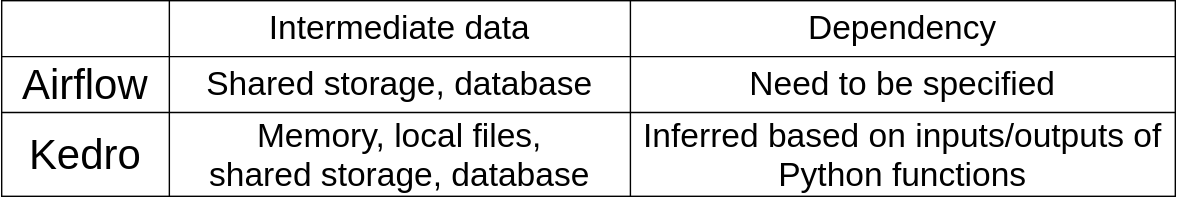
Earlier version of the draw.io export _doc_images/comp_airflow_kedro.drawio.svg (Minyus/kedro-starters-sklearn). Source tidied: cells renumbered, new cells last; positions are measured from the earlier drawing's top-left corner, leaving out a move shared by most shapes.
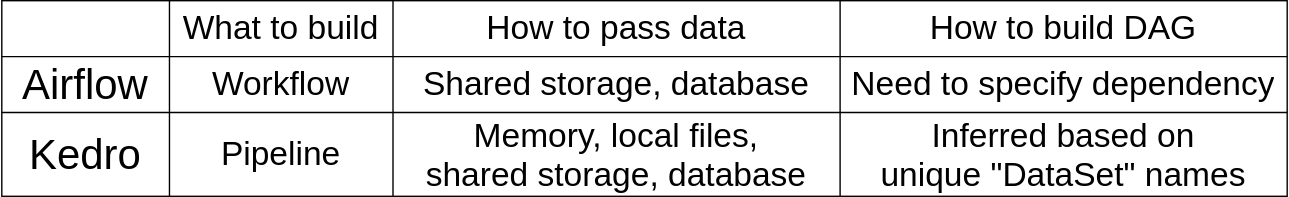
After the change.

The edit, as a diff of the source:
```diff
@@ -3,43 +3,52 @@
     <mxCell id="0" />
     <mxCell id="1" parent="0" />
     <mxCell id="2" style="shape=table;html=1;whiteSpace=wrap;startSize=0;" parent="1" vertex="1">
-      <mxGeometry width="840" height="140" as="geometry" />
+      <mxGeometry width="920" height="140" as="geometry" />
     </mxCell>
     <mxCell id="3" style="shape=partialRectangle;html=1;whiteSpace=wrap;fillColor=none;top=0;left=0;bottom=0;right=0;" parent="2" vertex="1">
-      <mxGeometry width="840" height="40" as="geometry" />
+      <mxGeometry width="920" height="40" as="geometry" />
     </mxCell>
     <mxCell id="4" style="shape=partialRectangle;html=1;whiteSpace=wrap;fillColor=none;top=0;left=0;bottom=0;right=0;overflow=hidden;" parent="3" vertex="1">
       <mxGeometry width="120" height="40" as="geometry" />
     </mxCell>
+    <mxCell id="15" value="&lt;font style=&quot;font-size: 24px&quot;&gt;What to build&lt;/font&gt;" style="shape=partialRectangle;html=1;whiteSpace=wrap;fillColor=none;top=0;left=0;bottom=0;right=0;overflow=hidden;" parent="3" vertex="1">
+      <mxGeometry x="120" width="160" height="40" as="geometry" />
+    </mxCell>
-    <mxCell id="5" value="&lt;font style=&quot;font-size: 24px&quot;&gt;Intermediate data&lt;/font&gt;" style="shape=partialRectangle;html=1;whiteSpace=wrap;fillColor=none;top=0;left=0;bottom=0;right=0;overflow=hidden;" parent="3" vertex="1">
-      <mxGeometry x="120" width="330" height="40" as="geometry" />
+    <mxCell id="5" value="&lt;font style=&quot;font-size: 24px&quot;&gt;How to pass data&lt;/font&gt;" style="shape=partialRectangle;html=1;whiteSpace=wrap;fillColor=none;top=0;left=0;bottom=0;right=0;overflow=hidden;" parent="3" vertex="1">
+      <mxGeometry x="280" width="320" height="40" as="geometry" />
     </mxCell>
-    <mxCell id="6" value="&lt;font style=&quot;font-size: 24px&quot;&gt;Dependency&lt;/font&gt;" style="shape=partialRectangle;html=1;whiteSpace=wrap;fillColor=none;top=0;left=0;bottom=0;right=0;overflow=hidden;" parent="3" vertex="1">
-      <mxGeometry x="450" width="390" height="40" as="geometry" />
+    <mxCell id="6" value="&lt;font style=&quot;font-size: 24px&quot;&gt;How to build DAG&lt;/font&gt;" style="shape=partialRectangle;html=1;whiteSpace=wrap;fillColor=none;top=0;left=0;bottom=0;right=0;overflow=hidden;" parent="3" vertex="1">
+      <mxGeometry x="600" width="320" height="40" as="geometry" />
     </mxCell>
     <mxCell id="7" style="shape=partialRectangle;html=1;whiteSpace=wrap;fillColor=none;top=0;left=0;bottom=0;right=0;" parent="2" vertex="1">
-      <mxGeometry y="40" width="840" height="40" as="geometry" />
+      <mxGeometry y="40" width="920" height="40" as="geometry" />
     </mxCell>
     <mxCell id="8" value="&lt;font style=&quot;font-size: 30px&quot;&gt;Airflow&lt;/font&gt;" style="shape=partialRectangle;html=1;whiteSpace=wrap;fillColor=none;top=0;left=0;bottom=0;right=0;overflow=hidden;fontSize=30;" parent="7" vertex="1">
       <mxGeometry width="120" height="40" as="geometry" />
     </mxCell>
+    <mxCell id="16" value="&lt;font style=&quot;font-size: 24px&quot;&gt;Workflow&lt;/font&gt;" style="shape=partialRectangle;html=1;whiteSpace=wrap;fillColor=none;top=0;left=0;bottom=0;right=0;overflow=hidden;" parent="7" vertex="1">
+      <mxGeometry x="120" width="160" height="40" as="geometry" />
+    </mxCell>
     <mxCell id="9" value="&lt;font style=&quot;font-size: 24px&quot;&gt;Shared storage, database&lt;/font&gt;" style="shape=partialRectangle;html=1;whiteSpace=wrap;fillColor=none;top=0;left=0;bottom=0;right=0;overflow=hidden;" parent="7" vertex="1">
-      <mxGeometry x="120" width="330" height="40" as="geometry" />
+      <mxGeometry x="280" width="320" height="40" as="geometry" />
     </mxCell>
-    <mxCell id="10" value="&lt;font style=&quot;font-size: 24px&quot;&gt;Need to be specified&lt;/font&gt;" style="shape=partialRectangle;html=1;whiteSpace=wrap;fillColor=none;top=0;left=0;bottom=0;right=0;overflow=hidden;" parent="7" vertex="1">
-      <mxGeometry x="450" width="390" height="40" as="geometry" />
+    <mxCell id="10" value="&lt;font style=&quot;font-size: 24px&quot;&gt;Need to specify dependency&lt;/font&gt;" style="shape=partialRectangle;html=1;whiteSpace=wrap;fillColor=none;top=0;left=0;bottom=0;right=0;overflow=hidden;" parent="7" vertex="1">
+      <mxGeometry x="600" width="320" height="40" as="geometry" />
     </mxCell>
     <mxCell id="11" style="shape=partialRectangle;html=1;whiteSpace=wrap;fillColor=none;top=0;left=0;bottom=0;right=0;" parent="2" vertex="1">
-      <mxGeometry y="80" width="840" height="60" as="geometry" />
+      <mxGeometry y="80" width="920" height="60" as="geometry" />
     </mxCell>
     <mxCell id="12" value="&lt;font style=&quot;font-size: 30px&quot;&gt;Kedro&lt;/font&gt;" style="shape=partialRectangle;html=1;whiteSpace=wrap;fillColor=none;top=0;left=0;bottom=0;right=0;overflow=hidden;" parent="11" vertex="1">
       <mxGeometry width="120" height="60" as="geometry" />
     </mxCell>
+    <mxCell id="17" value="&lt;font style=&quot;font-size: 24px&quot;&gt;Pipeline&lt;/font&gt;" style="shape=partialRectangle;html=1;whiteSpace=wrap;fillColor=none;top=0;left=0;bottom=0;right=0;overflow=hidden;" parent="11" vertex="1">
+      <mxGeometry x="120" width="160" height="60" as="geometry" />
+    </mxCell>
     <mxCell id="13" value="&lt;font style=&quot;font-size: 24px&quot;&gt;Memory, local files, &lt;br&gt;shared storage, database&lt;/font&gt;" style="shape=partialRectangle;html=1;whiteSpace=wrap;fillColor=none;top=0;left=0;bottom=0;right=0;overflow=hidden;" parent="11" vertex="1">
-      <mxGeometry x="120" width="330" height="60" as="geometry" />
+      <mxGeometry x="280" width="320" height="60" as="geometry" />
     </mxCell>
-    <mxCell id="14" value="&lt;font style=&quot;font-size: 24px&quot;&gt;Inferred based on inputs/outputs of Python functions&lt;/font&gt;" style="shape=partialRectangle;html=1;whiteSpace=wrap;fillColor=none;top=0;left=0;bottom=0;right=0;overflow=hidden;" parent="11" vertex="1">
-      <mxGeometry x="450" width="390" height="60" as="geometry" />
+    <mxCell id="14" value="&lt;font style=&quot;font-size: 24px&quot;&gt;Inferred based on &lt;br&gt;unique &quot;DataSet&quot; names&lt;/font&gt;" style="shape=partialRectangle;html=1;whiteSpace=wrap;fillColor=none;top=0;left=0;bottom=0;right=0;overflow=hidden;" parent="11" vertex="1">
+      <mxGeometry x="600" width="320" height="60" as="geometry" />
     </mxCell>
   </root>
 </mxGraphModel>
```
